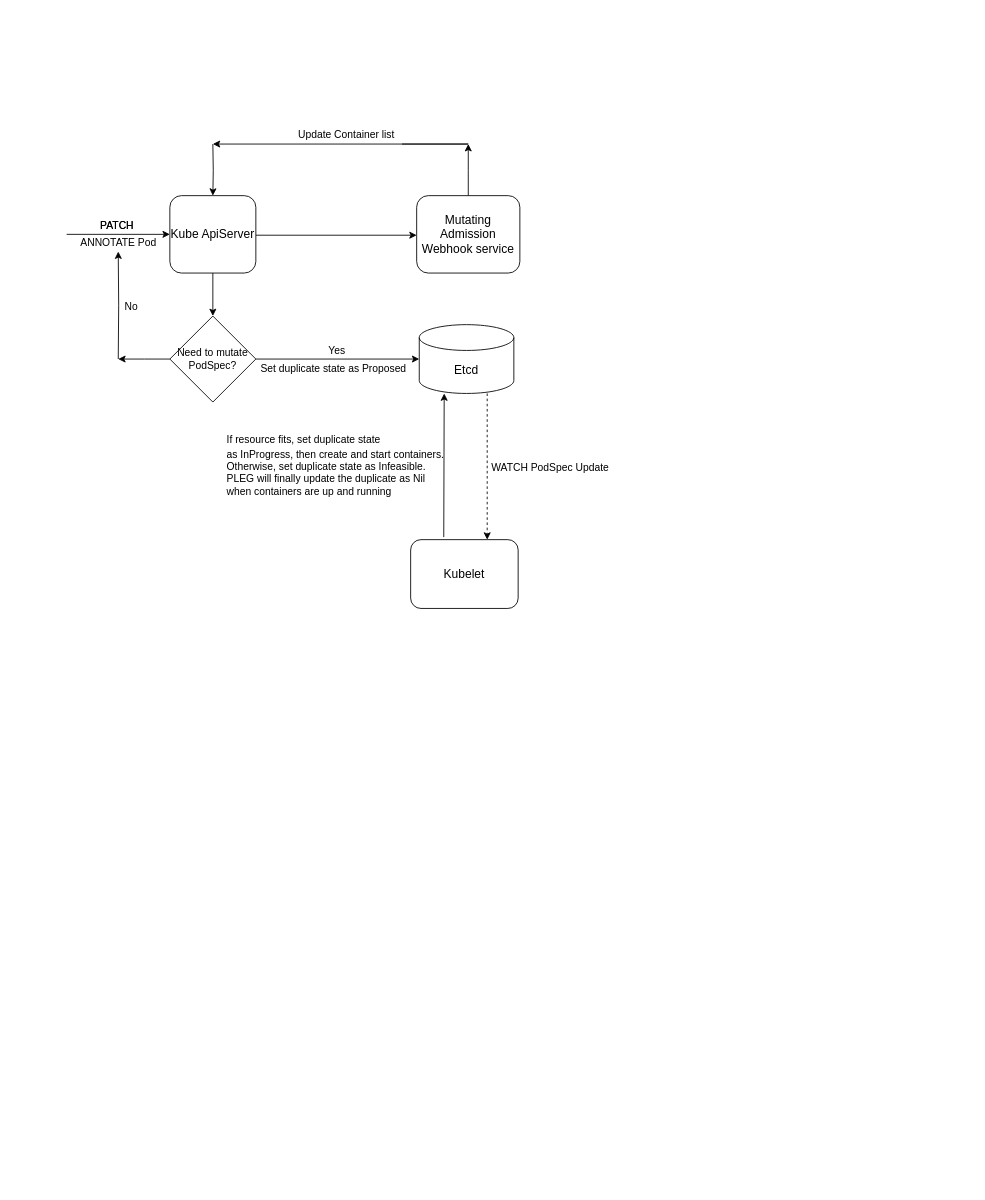
ichbinblau/OTC_Work_Log keeps this draw.io diagram as page "webhook" (1 of 3) of Untitled Diagram.drawio. Above is the earlier version. Source tidied: cells renumbered, new cells numbered last; positions are measured from the earlier drawing's top-left corner, leaving out a move shared by most shapes. Both pictures are drawn from the tidied source at 86%, with x=0, y=0 at pixel (66, 126).
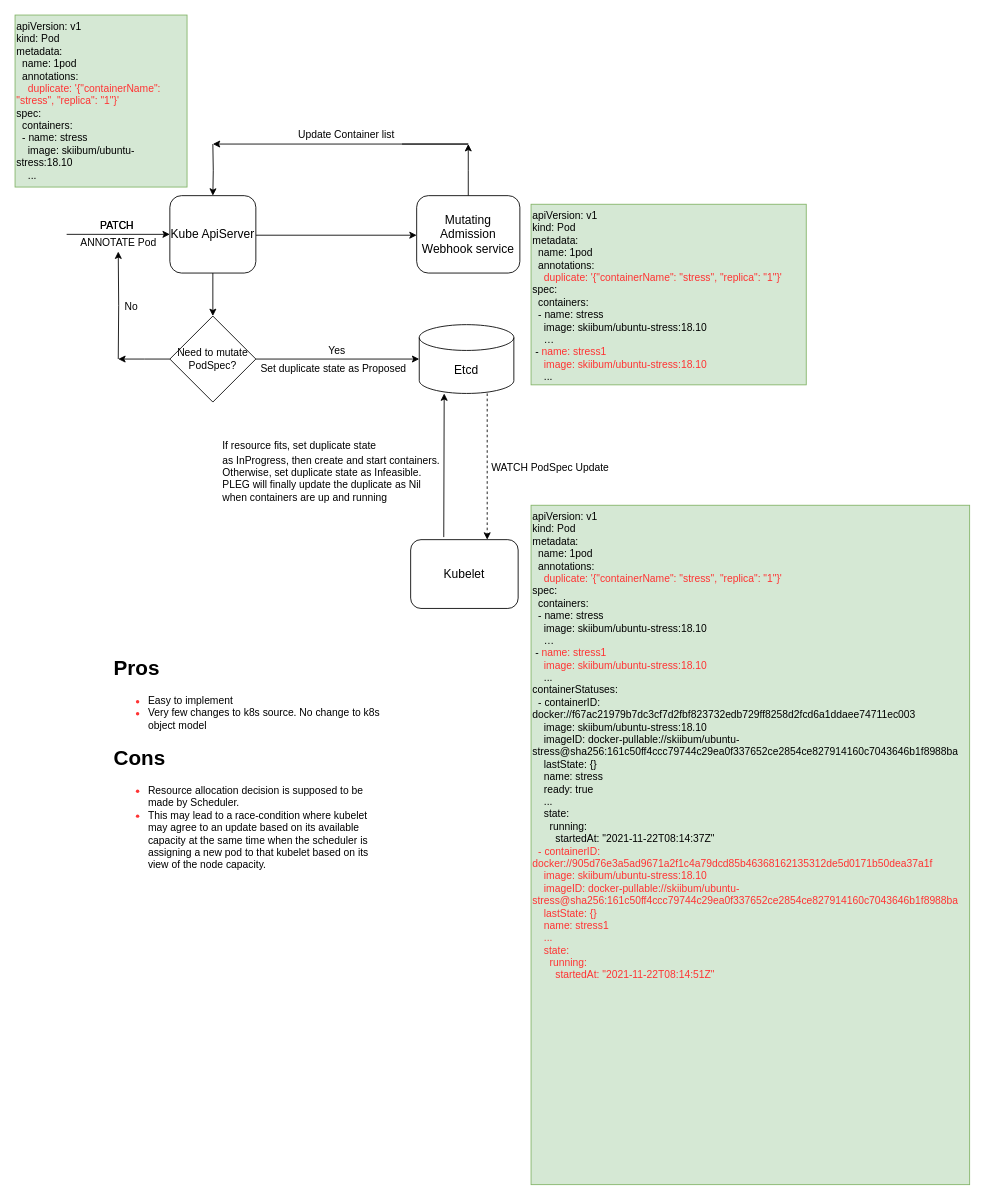
Above is the later version.

Diff of the diagram source:
```diff
@@
     <mxCell id="25" value="&lt;div style=&quot;text-align: left&quot;&gt;&lt;span style=&quot;font-size: 12px&quot;&gt;If resource fits, set duplicate state&amp;nbsp;&lt;/span&gt;&lt;/div&gt;&lt;div style=&quot;text-align: left&quot;&gt;&lt;span style=&quot;font-size: 12px&quot;&gt;as InProgress, then create and start containers.&amp;nbsp;&lt;/span&gt;&lt;/div&gt;&lt;font style=&quot;font-size: 12px&quot;&gt;&lt;div style=&quot;text-align: left&quot;&gt;&lt;span&gt;Otherwise, set duplicate state as Infeasible.&lt;/span&gt;&lt;/div&gt;&lt;div style=&quot;text-align: left&quot;&gt;PLEG will finally update the duplicate as Nil&lt;/div&gt;&lt;div style=&quot;text-align: left&quot;&gt;when containers are up and running&amp;nbsp;&lt;/div&gt;&lt;/font&gt;" style="text;html=1;align=center;verticalAlign=middle;fillColor=none;strokeColor=none;rounded=0;fontFamily=Helvetica;fontSize=14;" parent="1" vertex="1">
-      <mxGeometry x="179" y="348" width="270" height="90" as="geometry" />
+      <mxGeometry x="174" y="355" width="270" height="90" as="geometry" />
     </mxCell>
@@
+    <mxCell id="27" value="&lt;div&gt;apiVersion: v1&lt;/div&gt;&lt;div&gt;kind: Pod&lt;/div&gt;&lt;div&gt;metadata:&lt;/div&gt;&lt;div&gt;&amp;nbsp; name: 1pod&lt;/div&gt;&lt;div&gt;&amp;nbsp; annotations:&lt;/div&gt;&lt;div&gt;&lt;font color=&quot;#ff3333&quot;&gt;&amp;nbsp; &amp;nbsp; duplicate: '{&quot;containerName&quot;: &quot;stress&quot;, &quot;replica&quot;: &quot;1&quot;}'&lt;/font&gt;&lt;/div&gt;&lt;div&gt;spec:&lt;/div&gt;&lt;div&gt;&amp;nbsp; containers:&lt;/div&gt;&lt;div&gt;&amp;nbsp; - name: stress&lt;/div&gt;&lt;div&gt;&amp;nbsp; &amp;nbsp; image: skiibum/ubuntu-stress:18.10&lt;/div&gt;&lt;div&gt;&amp;nbsp; &amp;nbsp; ...&lt;/div&gt;" style="rounded=0;whiteSpace=wrap;html=1;fontFamily=Helvetica;fontSize=12;align=left;fillColor=#d5e8d4;strokeColor=#82b366;" parent="1" vertex="1">
+      <mxGeometry x="-60" y="-130" width="200" height="200" as="geometry" />
+    </mxCell>
+    <mxCell id="28" value="apiVersion: v1&lt;br&gt;kind: Pod&lt;br&gt;metadata:&lt;br&gt;&amp;nbsp; name: 1pod&lt;br&gt;&amp;nbsp; annotations:&lt;br&gt;&lt;font color=&quot;#ff3333&quot;&gt;&amp;nbsp; &amp;nbsp; duplicate: '{&quot;containerName&quot;: &quot;stress&quot;, &quot;replica&quot;: &quot;1&quot;}'&lt;br&gt;&lt;/font&gt;spec:&lt;br&gt;&amp;nbsp; containers:&lt;br&gt;&amp;nbsp; - name: stress&lt;br&gt;&amp;nbsp; &amp;nbsp; image: skiibum/ubuntu-stress:18.10&lt;br&gt;&amp;nbsp; &amp;nbsp; …&lt;br&gt;&amp;nbsp;- &lt;font color=&quot;#ff3333&quot;&gt;name: stress1&lt;br&gt;&amp;nbsp; &amp;nbsp; image: skiibum/ubuntu-stress:18.10&lt;/font&gt;&lt;br&gt;&amp;nbsp; &amp;nbsp; ..." style="text;whiteSpace=wrap;html=1;fontSize=12;fontFamily=Helvetica;fillColor=#d5e8d4;strokeColor=#82b366;" parent="1" vertex="1">
+      <mxGeometry x="540" y="90" width="320" height="210" as="geometry" />
+    </mxCell>
+    <mxCell id="29" value="apiVersion: v1&lt;br&gt;kind: Pod&lt;br&gt;metadata:&lt;br&gt;&amp;nbsp; name: 1pod&lt;br&gt;&amp;nbsp; annotations:&lt;br&gt;&lt;font color=&quot;#ff3333&quot;&gt;&amp;nbsp; &amp;nbsp; duplicate: '{&quot;containerName&quot;: &quot;stress&quot;, &quot;replica&quot;: &quot;1&quot;}'&lt;br&gt;&lt;/font&gt;spec:&lt;br&gt;&amp;nbsp; containers:&lt;br&gt;&amp;nbsp; - name: stress&lt;br&gt;&amp;nbsp; &amp;nbsp; image: skiibum/ubuntu-stress:18.10&lt;br&gt;&amp;nbsp; &amp;nbsp; …&lt;br&gt;&amp;nbsp;- &lt;font color=&quot;#ff3333&quot;&gt;name: stress1&lt;br&gt;&amp;nbsp; &amp;nbsp; image: skiibum/ubuntu-stress:18.10&lt;/font&gt;&lt;br&gt;&amp;nbsp; &amp;nbsp; ...&lt;br&gt;&lt;div&gt;containerStatuses:&lt;/div&gt;&lt;div&gt;&amp;nbsp; - containerID: docker://f67ac21979b7dc3cf7d2fbf823732edb729ff8258d2fcd6a1ddaee74711ec003&lt;/div&gt;&lt;div&gt;&amp;nbsp; &amp;nbsp; image: skiibum/ubuntu-stress:18.10&lt;/div&gt;&lt;div&gt;&amp;nbsp; &amp;nbsp; imageID: docker-pullable://skiibum/ubuntu-stress@sha256:161c50ff4ccc79744c29ea0f337652ce2854ce827914160c7043646b1f8988ba&lt;/div&gt;&lt;div&gt;&amp;nbsp; &amp;nbsp; lastState: {}&lt;/div&gt;&lt;div&gt;&amp;nbsp; &amp;nbsp; name: stress&lt;/div&gt;&lt;div&gt;&amp;nbsp; &amp;nbsp; ready: true&lt;/div&gt;&lt;div&gt;&amp;nbsp; &amp;nbsp; ...&lt;/div&gt;&lt;div&gt;&amp;nbsp; &amp;nbsp; state:&lt;/div&gt;&lt;div&gt;&amp;nbsp; &amp;nbsp; &amp;nbsp; running:&lt;/div&gt;&lt;div&gt;&amp;nbsp; &amp;nbsp; &amp;nbsp; &amp;nbsp; startedAt: &quot;2021-11-22T08:14:37Z&quot;&lt;/div&gt;&lt;div&gt;&amp;nbsp;&lt;font color=&quot;#ff3333&quot;&gt; - containerID: docker://905d76e3a5ad9671a2f1c4a79dcd85b46368162135312de5d0171b50dea37a1f&lt;/font&gt;&lt;/div&gt;&lt;div&gt;&lt;font color=&quot;#ff3333&quot;&gt;&amp;nbsp; &amp;nbsp; image: skiibum/ubuntu-stress:18.10&lt;/font&gt;&lt;/div&gt;&lt;div&gt;&lt;font color=&quot;#ff3333&quot;&gt;&amp;nbsp; &amp;nbsp; imageID: docker-pullable://skiibum/ubuntu-stress@sha256:161c50ff4ccc79744c29ea0f337652ce2854ce827914160c7043646b1f8988ba&lt;/font&gt;&lt;/div&gt;&lt;div&gt;&lt;font color=&quot;#ff3333&quot;&gt;&amp;nbsp; &amp;nbsp; lastState: {}&lt;/font&gt;&lt;/div&gt;&lt;div&gt;&lt;font color=&quot;#ff3333&quot;&gt;&amp;nbsp; &amp;nbsp; name: stress1&lt;/font&gt;&lt;/div&gt;&lt;div&gt;&lt;font color=&quot;#ff3333&quot;&gt;&amp;nbsp; &amp;nbsp; ...&lt;/font&gt;&lt;/div&gt;&lt;div&gt;&lt;font color=&quot;#ff3333&quot;&gt;&amp;nbsp; &amp;nbsp; state:&lt;/font&gt;&lt;/div&gt;&lt;div&gt;&lt;font color=&quot;#ff3333&quot;&gt;&amp;nbsp; &amp;nbsp; &amp;nbsp; running:&lt;/font&gt;&lt;/div&gt;&lt;div&gt;&lt;font color=&quot;#ff3333&quot;&gt;&amp;nbsp; &amp;nbsp; &amp;nbsp; &amp;nbsp; startedAt: &quot;2021-11-22T08:14:51Z&quot;&lt;/font&gt;&lt;/div&gt;" style="text;whiteSpace=wrap;html=1;fontSize=12;fontFamily=Helvetica;fillColor=#d5e8d4;strokeColor=#82b366;" parent="1" vertex="1">
+      <mxGeometry x="540" y="440" width="510" height="790" as="geometry" />
+    </mxCell>
+    <mxCell id="30" value="&lt;h1&gt;&lt;font color=&quot;#000000&quot;&gt;Pros&lt;/font&gt;&lt;/h1&gt;&lt;p&gt;&lt;/p&gt;&lt;ul&gt;&lt;li&gt;&lt;font color=&quot;#000000&quot;&gt;Easy to implement&amp;nbsp;&lt;/font&gt;&lt;/li&gt;&lt;li&gt;&lt;font color=&quot;#000000&quot;&gt;Very few changes to k8s source. No change to k8s object model&lt;/font&gt;&lt;/li&gt;&lt;/ul&gt;&lt;p&gt;&lt;/p&gt;&lt;h1&gt;&lt;font color=&quot;#000000&quot;&gt;Cons&lt;/font&gt;&lt;/h1&gt;&lt;p&gt;&lt;/p&gt;&lt;ul&gt;&lt;li&gt;&lt;font color=&quot;#000000&quot;&gt;Resource allocation decision&amp;nbsp;is supposed to be made by Scheduler.&amp;nbsp;&lt;/font&gt;&lt;/li&gt;&lt;li&gt;&lt;font color=&quot;#000000&quot;&gt;This may lead to a race-condition where kubelet may agree to an update based on its available capacity at the same time when the scheduler is assigning a new pod to that kubelet based on its view of the node capacity.&amp;nbsp;&lt;/font&gt;&lt;span id=&quot;docs-internal-guid-44bf292c-7fff-f98d-9bcf-c16e8a3c23c7&quot;&gt;&lt;/span&gt;&lt;/li&gt;&lt;/ul&gt;&lt;p&gt;&lt;/p&gt;" style="text;html=1;strokeColor=none;fillColor=none;spacing=5;spacingTop=-20;whiteSpace=wrap;overflow=hidden;rounded=0;fontFamily=Helvetica;fontSize=12;fontColor=#FF3333;align=left;" parent="1" vertex="1">
+      <mxGeometry x="50" y="610" width="320" height="280" as="geometry" />
+    </mxCell>
```
